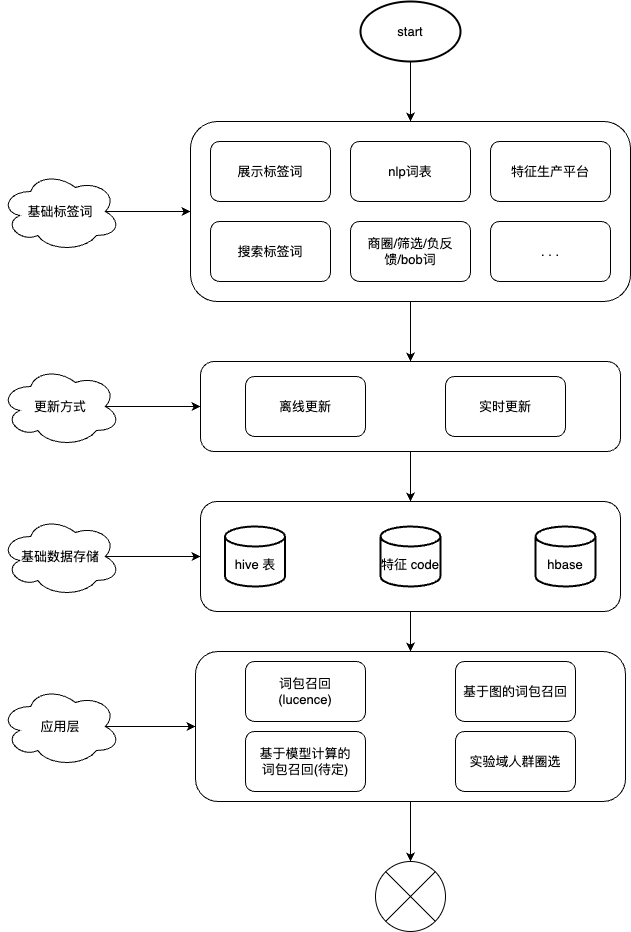
This is work-draw-file/标签与F1联动主体思路流程图.png from liujunao/draw-data, a draw.io export, as it was before one commit. Source tidied: cells renumbered, new cells last; positions are measured from the earlier drawing's top-left corner, leaving out a move shared by most shapes.
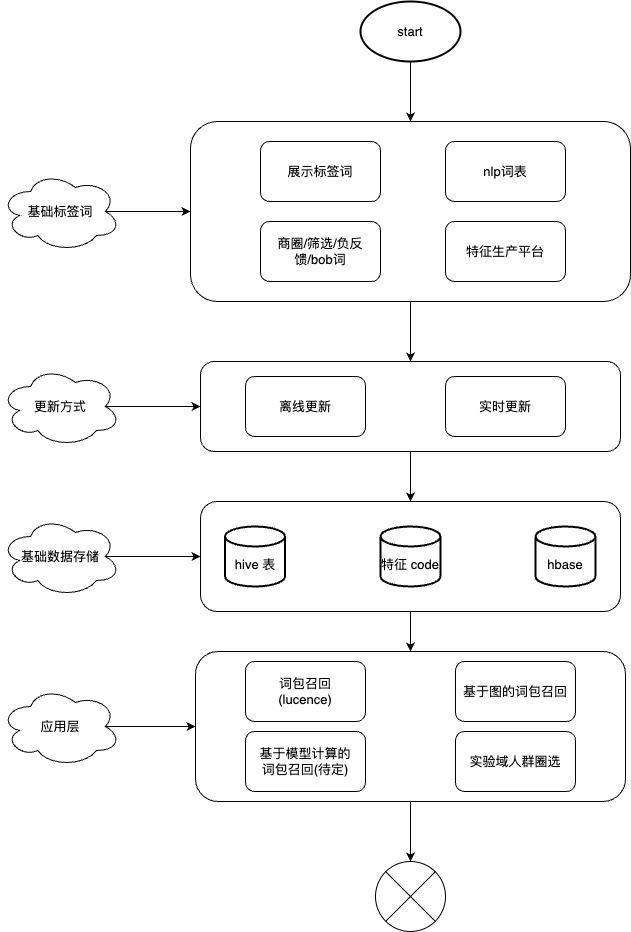
After the change.

Commit message:
更新标签与F1联动主体思路流程图.png

Diff of the diagram source:
```diff
@@ -27,19 +27,16 @@
       <mxGeometry x="190" y="120" width="440" height="180" as="geometry" />
     </mxCell>
     <mxCell id="10" value="展示标签词" style="rounded=1;whiteSpace=wrap;html=1;" parent="1" vertex="1">
-      <mxGeometry x="210" y="140" width="120" height="60" as="geometry" />
+      <mxGeometry x="260" y="140" width="120" height="60" as="geometry" />
     </mxCell>
     <mxCell id="11" value="nlp词表" style="rounded=1;whiteSpace=wrap;html=1;" parent="1" vertex="1">
-      <mxGeometry x="350" y="140" width="120" height="60" as="geometry" />
+      <mxGeometry x="445" y="140" width="120" height="60" as="geometry" />
     </mxCell>
-    <mxCell id="12" value="搜索标签词" style="rounded=1;whiteSpace=wrap;html=1;" parent="1" vertex="1">
-      <mxGeometry x="210" y="220" width="120" height="60" as="geometry" />
-    </mxCell>
     <mxCell id="13" value="商圈/筛选/负反馈/bob词" style="rounded=1;whiteSpace=wrap;html=1;" parent="1" vertex="1">
-      <mxGeometry x="350" y="220" width="120" height="60" as="geometry" />
+      <mxGeometry x="260" y="220" width="120" height="60" as="geometry" />
     </mxCell>
     <mxCell id="14" value="特征生产平台" style="rounded=1;whiteSpace=wrap;html=1;" parent="1" vertex="1">
-      <mxGeometry x="490" y="140" width="120" height="60" as="geometry" />
+      <mxGeometry x="445" y="220" width="120" height="60" as="geometry" />
     </mxCell>
     <mxCell id="15" value="离线更新" style="rounded=1;whiteSpace=wrap;html=1;" parent="1" vertex="1">
       <mxGeometry x="245" y="375" width="120" height="60" as="geometry" />
@@ -65,9 +62,6 @@
     <mxCell id="22" value="基于模型计算的&lt;br&gt;词包召回(待定)" style="rounded=1;whiteSpace=wrap;html=1;" parent="1" vertex="1">
       <mxGeometry x="245" y="730" width="120" height="60" as="geometry" />
     </mxCell>
-    <mxCell id="23" value=". . ." style="rounded=1;whiteSpace=wrap;html=1;" parent="1" vertex="1">
-      <mxGeometry x="490" y="220" width="120" height="60" as="geometry" />
-    </mxCell>
     <mxCell id="24" value="实验域人群圈选" style="rounded=1;whiteSpace=wrap;html=1;" parent="1" vertex="1">
       <mxGeometry x="455" y="730" width="120" height="60" as="geometry" />
     </mxCell>
```
